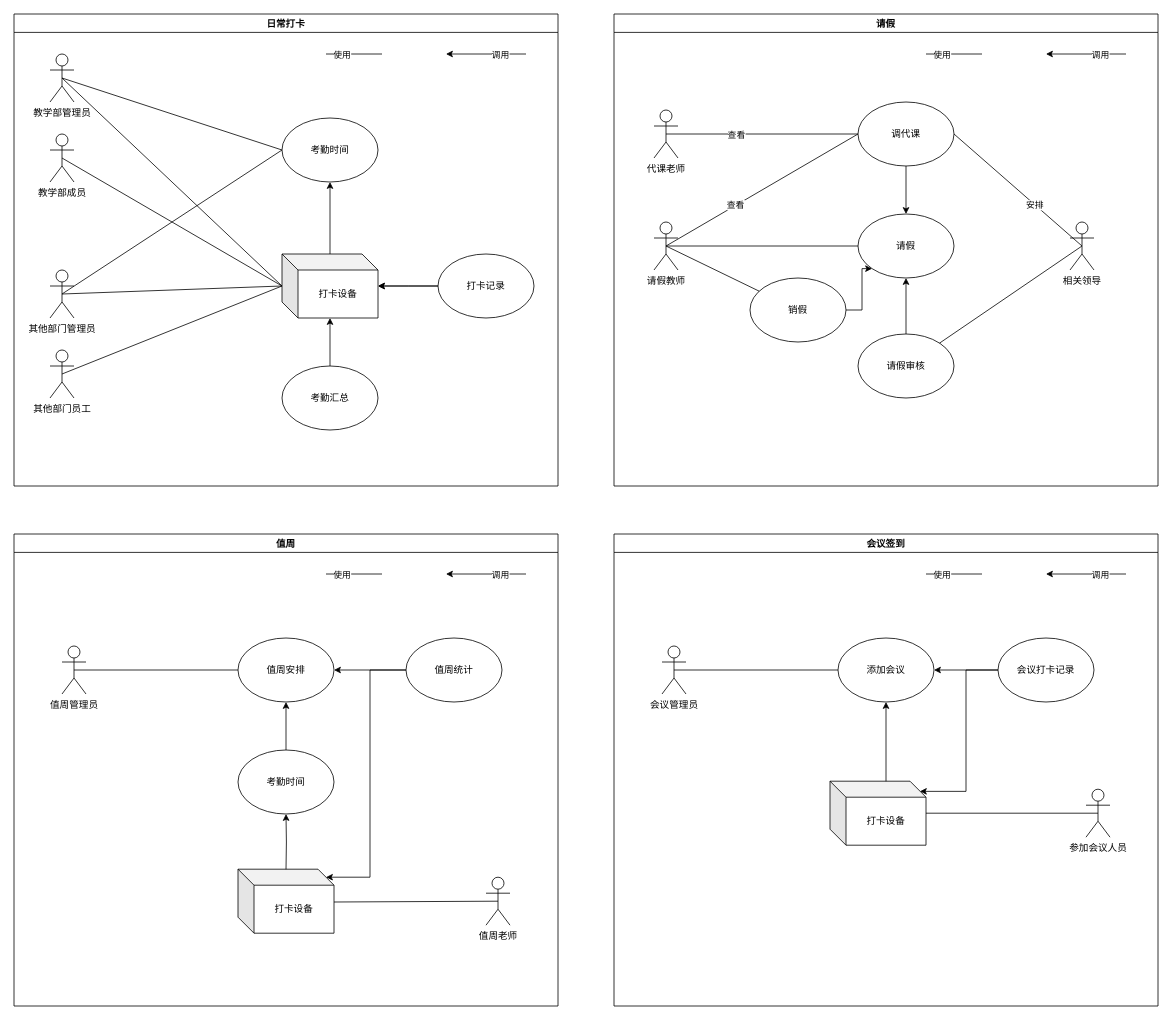
Above: page "考勤" (3 of 3) of 未命名绘图.drawio in yvlo/drawio (draw.io), before the change. Source tidied: cells renumbered, new cells numbered last; positions are measured from the earlier drawing's top-left corner, leaving out a move shared by most shapes. Both pictures are drawn from the tidied source at 80%, with x=0, y=0 at pixel (14, 14).
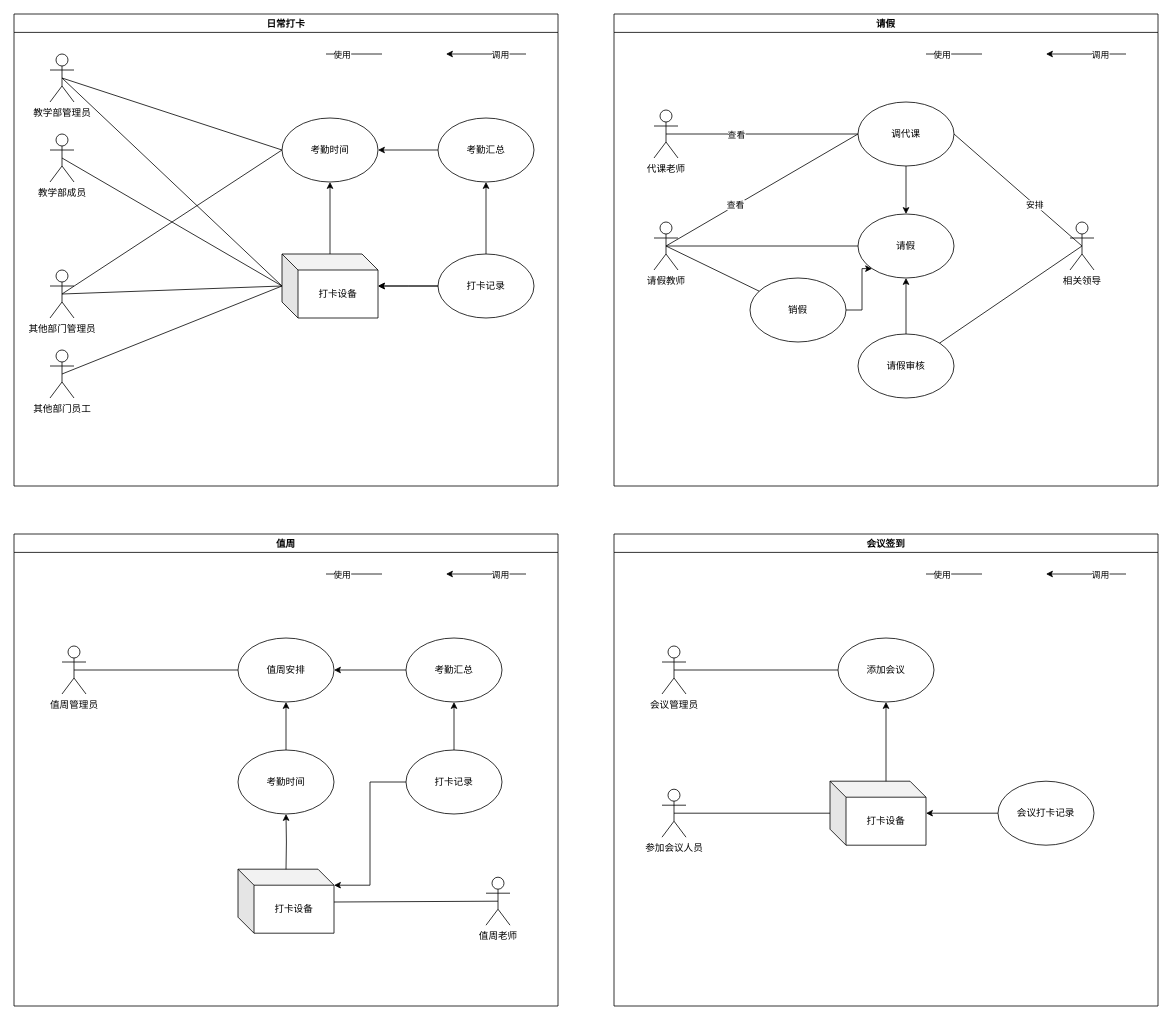
The same diagram, later.

Commit message:
更新未命名绘图.drawio

The change refers to these unchanged cells:
```xml
<mxCell id="2" value="日常打卡" style="swimlane;" parent="1" vertex="1">
  <mxGeometry width="680" height="590" as="geometry" />
</mxCell>
<mxCell id="5" value="考勤时间" style="ellipse;whiteSpace=wrap;html=1;" parent="2" vertex="1">
  <mxGeometry x="335" y="130" width="120" height="80" as="geometry" />
</mxCell>
<mxCell id="18" value="打卡记录" style="ellipse;whiteSpace=wrap;html=1;" parent="2" vertex="1">
  <mxGeometry x="530" y="300" width="120" height="80" as="geometry" />
</mxCell>
<mxCell id="49" value="值周" style="swimlane;" parent="1" vertex="1">
  <mxGeometry y="650" width="680" height="590" as="geometry" />
</mxCell>
<mxCell id="65" value="打卡设备" style="shape=cube;whiteSpace=wrap;html=1;boundedLbl=1;backgroundOutline=1;darkOpacity=0.05;darkOpacity2=0.1;" parent="49" vertex="1">
  <mxGeometry x="280" y="419" width="120" height="80" as="geometry" />
</mxCell>
<mxCell id="66" value="会议签到" style="swimlane;" parent="1" vertex="1">
  <mxGeometry x="750" y="650" width="680" height="590" as="geometry" />
</mxCell>
<mxCell id="68" value="添加会议" style="ellipse;whiteSpace=wrap;html=1;" parent="66" vertex="1">
  <mxGeometry x="280" y="130" width="120" height="80" as="geometry" />
</mxCell>
<mxCell id="80" value="打卡设备" style="shape=cube;whiteSpace=wrap;html=1;boundedLbl=1;backgroundOutline=1;darkOpacity=0.05;darkOpacity2=0.1;" parent="66" vertex="1">
  <mxGeometry x="270" y="309" width="120" height="80" as="geometry" />
</mxCell>
```

What changed in the source:
```diff
@@
+    <mxCell id="81" style="edgeStyle=orthogonalEdgeStyle;rounded=0;jettySize=auto;html=1;" parent="2" edge="1" source="15" target="5">
+      <mxGeometry relative="1" as="geometry" />
+    </mxCell>
     <mxCell id="15" value="考勤汇总" style="ellipse;whiteSpace=wrap;html=1;" parent="2" vertex="1">
-      <mxGeometry x="335" y="440" width="120" height="80" as="geometry" />
+      <mxGeometry x="530" y="130" width="120" height="80" as="geometry" />
     </mxCell>
-    <mxCell id="16" style="endArrow=classic;html=1;exitX=0.5;exitY=0;exitDx=0;exitDy=0;" parent="2" edge="1" source="15">
-      <mxGeometry relative="1" as="geometry">
-        <mxPoint x="395" y="380" as="targetPoint" />
-      </mxGeometry>
-    </mxCell>
@@
+    <mxCell id="82" style="edgeStyle=orthogonalEdgeStyle;rounded=0;jettySize=auto;html=1;" parent="2" edge="1" source="18" target="15">
+      <mxGeometry relative="1" as="geometry" />
+    </mxCell>
@@
-    <mxCell id="63" style="edgeStyle=orthogonalEdgeStyle;rounded=0;jettySize=auto;html=1;entryX=0;entryY=0;entryDx=110;entryDy=10;entryPerimeter=0;" parent="49" edge="1" source="64" target="65">
-      <mxGeometry relative="1" as="geometry">
-        <Array as="points">
-          <mxPoint x="445" y="170" />
-          <mxPoint x="445" y="429" />
-        </Array>
-      </mxGeometry>
-    </mxCell>
-    <mxCell id="64" value="值周统计" style="ellipse;whiteSpace=wrap;html=1;" parent="49" vertex="1">
+    <mxCell id="64" value="考勤汇总" style="ellipse;whiteSpace=wrap;html=1;" parent="49" vertex="1">
       <mxGeometry x="490" y="130" width="120" height="80" as="geometry" />
     </mxCell>
@@
+    <mxCell id="83" style="edgeStyle=orthogonalEdgeStyle;rounded=0;jettySize=auto;html=1;" parent="49" edge="1" source="85" target="64">
+      <mxGeometry relative="1" as="geometry" />
+    </mxCell>
+    <mxCell id="84" style="edgeStyle=orthogonalEdgeStyle;rounded=0;jettySize=auto;html=1;entryX=0;entryY=0;entryDx=120;entryDy=20;entryPerimeter=0;" parent="49" edge="1" source="85" target="65">
+      <mxGeometry relative="1" as="geometry" />
+    </mxCell>
+    <mxCell id="85" value="打卡记录" style="ellipse;whiteSpace=wrap;html=1;" parent="49" vertex="1">
+      <mxGeometry x="490" y="270" width="120" height="80" as="geometry" />
+    </mxCell>
@@
     <mxCell id="75" value="参加会议人员" style="shape=umlActor;verticalLabelPosition=bottom;verticalAlign=top;html=1;outlineConnect=0;" parent="66" vertex="1">
-      <mxGeometry x="590" y="319" width="30" height="60" as="geometry" />
+      <mxGeometry x="60" y="319" width="30" height="60" as="geometry" />
     </mxCell>
@@
-    <mxCell id="77" style="edgeStyle=orthogonalEdgeStyle;rounded=0;jettySize=auto;html=1;" parent="66" edge="1" source="79" target="68">
-      <mxGeometry relative="1" as="geometry" />
-    </mxCell>
-    <mxCell id="78" style="edgeStyle=orthogonalEdgeStyle;rounded=0;jettySize=auto;html=1;entryX=1;entryY=0;entryDx=0;entryDy=0;" parent="66" edge="1" source="79">
-      <mxGeometry relative="1" as="geometry">
-        <mxPoint x="382.4" y="321.7" as="targetPoint" />
-        <Array as="points">
-          <mxPoint x="440" y="170" />
-          <mxPoint x="440" y="322" />
-        </Array>
-      </mxGeometry>
-    </mxCell>
+    <mxCell id="86" style="edgeStyle=orthogonalEdgeStyle;rounded=0;jettySize=auto;html=1;" parent="66" edge="1" source="79" target="80">
+      <mxGeometry relative="1" as="geometry" />
+    </mxCell>
     <mxCell id="79" value="会议打卡记录" style="ellipse;whiteSpace=wrap;html=1;" parent="66" vertex="1">
-      <mxGeometry x="480" y="130" width="120" height="80" as="geometry" />
+      <mxGeometry x="480" y="309" width="120" height="80" as="geometry" />
     </mxCell>
```
